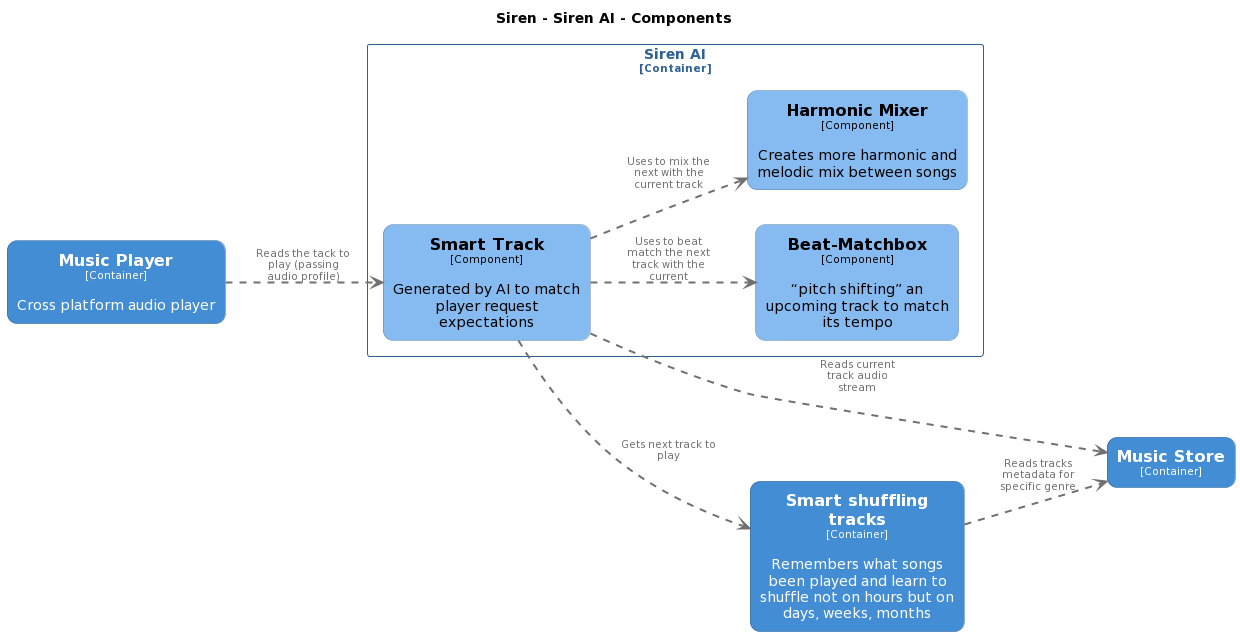
The PlantUML diagram docs/Siren.DJ.Component.png in DenisZhukovski/Siren, before a commit.
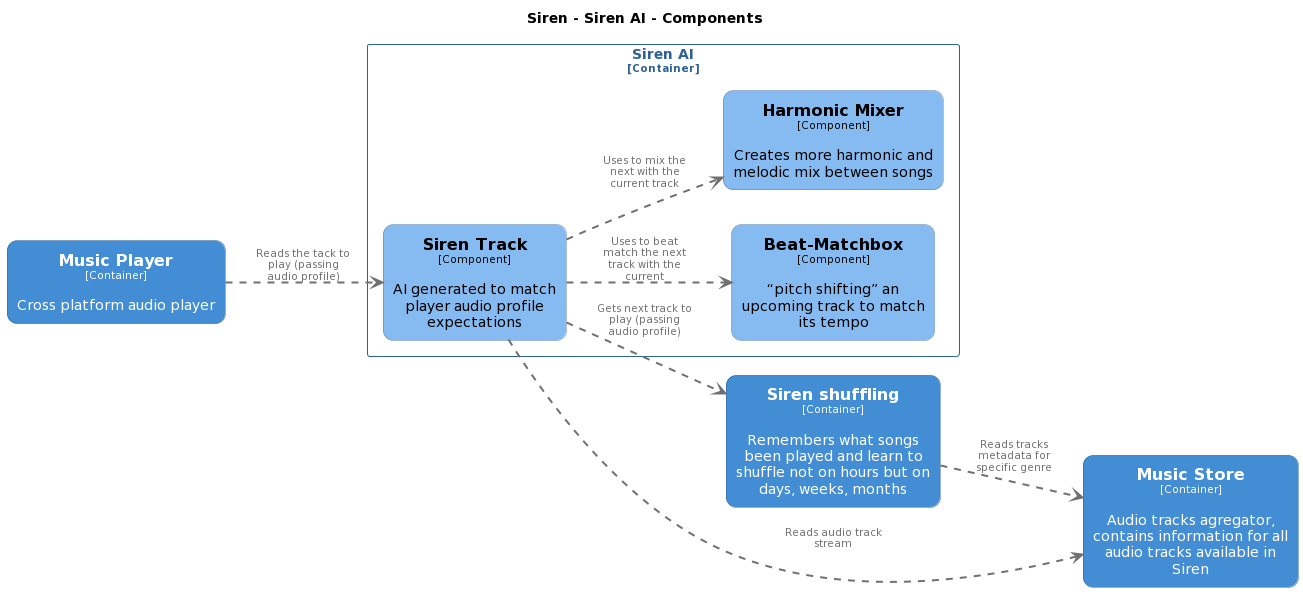
The same file after the commit.

The edit, as a diff of the source:
```diff
@@ -41,14 +41,14 @@
   roundCorner 20
   shadowing false
 }
-skinparam rectangle<<Siren.SirenAI.SmartTrack>> {
+skinparam rectangle<<Siren.SirenAI.SirenTrack>> {
   BackgroundColor #85bbf0
   FontColor #000000
   BorderColor #5d82a8
   roundCorner 20
   shadowing false
 }
-skinparam rectangle<<Siren.Smartshufflingtracks>> {
+skinparam rectangle<<Siren.Sirenshuffling>> {
   BackgroundColor #438dd5
   FontColor #ffffff
   BorderColor #2e6295
@@ -61,20 +61,20 @@
   shadowing false
 }
 
-rectangle "==Music Store\n<size:10>[Container]</size>" <<Siren.MusicStore>> as Siren.MusicStore
 rectangle "==Music Player\n<size:10>[Container]</size>\n\nCross platform audio player" <<Siren.MusicPlayer>> as Siren.MusicPlayer
-rectangle "==Smart shuffling tracks\n<size:10>[Container]</size>\n\nRemembers what songs been played and learn to shuffle not on hours but on days, weeks, months" <<Siren.Smartshufflingtracks>> as Siren.Smartshufflingtracks
+rectangle "==Siren shuffling\n<size:10>[Container]</size>\n\nRemembers what songs been played and learn to shuffle not on hours but on days, weeks, months" <<Siren.Sirenshuffling>> as Siren.Sirenshuffling
+rectangle "==Music Store\n<size:10>[Container]</size>\n\nAudio tracks agregator, contains information for all audio tracks available in Siren" <<Siren.MusicStore>> as Siren.MusicStore
 
 rectangle "Siren AI\n<size:10>[Container]</size>" <<Siren.SirenAI>> {
   rectangle "==Beat-Matchbox\n<size:10>[Component]</size>\n\n“pitch shifting” an upcoming track to match its tempo" <<Siren.SirenAI.BeatMatchbox>> as Siren.SirenAI.BeatMatchbox
   rectangle "==Harmonic Mixer\n<size:10>[Component]</size>\n\nCreates more harmonic and melodic mix between songs" <<Siren.SirenAI.HarmonicMixer>> as Siren.SirenAI.HarmonicMixer
-  rectangle "==Smart Track\n<size:10>[Component]</size>\n\nGenerated by AI to match player request expectations" <<Siren.SirenAI.SmartTrack>> as Siren.SirenAI.SmartTrack
+  rectangle "==Siren Track\n<size:10>[Component]</size>\n\nAI generated to match player audio profile expectations" <<Siren.SirenAI.SirenTrack>> as Siren.SirenAI.SirenTrack
 }
 
-Siren.SirenAI.SmartTrack .[#707070,thickness=2].> Siren.SirenAI.BeatMatchbox : "<color:#707070>Uses to beat match the next track with the current"
-Siren.SirenAI.SmartTrack .[#707070,thickness=2].> Siren.SirenAI.HarmonicMixer : "<color:#707070>Uses to mix the next with the current track"
-Siren.SirenAI.SmartTrack .[#707070,thickness=2].> Siren.Smartshufflingtracks : "<color:#707070>Gets next track to play"
-Siren.SirenAI.SmartTrack .[#707070,thickness=2].> Siren.MusicStore : "<color:#707070>Reads current track audio stream"
-Siren.Smartshufflingtracks .[#707070,thickness=2].> Siren.MusicStore : "<color:#707070>Reads tracks metadata for specific genre"
-Siren.MusicPlayer .[#707070,thickness=2].> Siren.SirenAI.SmartTrack : "<color:#707070>Reads the tack to play (passing audio profile)"
+Siren.SirenAI.SirenTrack .[#707070,thickness=2].> Siren.SirenAI.BeatMatchbox : "<color:#707070>Uses to beat match the next track with the current"
+Siren.SirenAI.SirenTrack .[#707070,thickness=2].> Siren.SirenAI.HarmonicMixer : "<color:#707070>Uses to mix the next with the current track"
+Siren.SirenAI.SirenTrack .[#707070,thickness=2].> Siren.Sirenshuffling : "<color:#707070>Gets next track to play (passing audio profile)"
+Siren.SirenAI.SirenTrack .[#707070,thickness=2].> Siren.MusicStore : "<color:#707070>Reads audio track stream"
+Siren.Sirenshuffling .[#707070,thickness=2].> Siren.MusicStore : "<color:#707070>Reads tracks metadata for specific genre"
+Siren.MusicPlayer .[#707070,thickness=2].> Siren.SirenAI.SirenTrack : "<color:#707070>Reads the tack to play (passing audio profile)"
 @enduml
```
